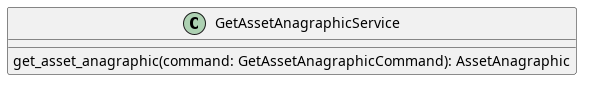
The PlantUML diagram src/PB/DocumentazioneEsterna/Specifica_Tecnica/content/uml/png/GetAssetAnagraphic/GetAssetAnagraphicService.png in GroupRubberDuck/Documentazione, before a commit. The source it was exported from:
```plantuml
@startuml GetAssetAnagraphicService

class GetAssetAnagraphicService {
    get_asset_anagraphic(command: GetAssetAnagraphicCommand): AssetAnagraphic
}

@enduml
```
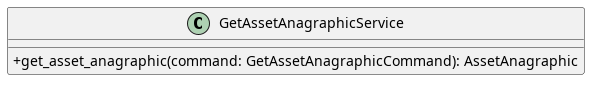
Later version of the same file.

Change to the diagram source:
```diff
@@ -1,7 +1,7 @@
 @startuml GetAssetAnagraphicService
-
+skinparam ClassAttributeIconSize 0
 class GetAssetAnagraphicService {
-    get_asset_anagraphic(command: GetAssetAnagraphicCommand): AssetAnagraphic
+    + get_asset_anagraphic(command: GetAssetAnagraphicCommand): AssetAnagraphic
 }
 
 @enduml
```
